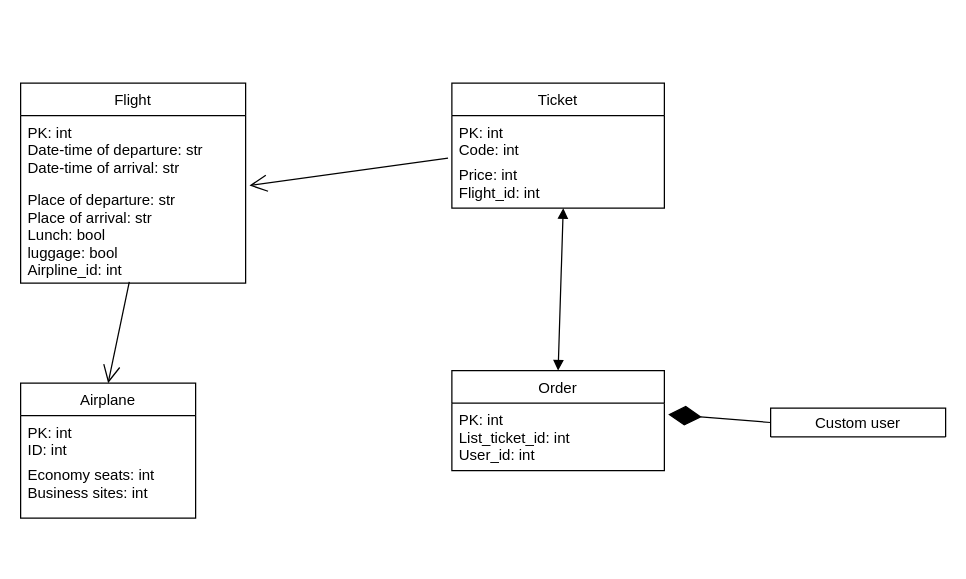
Before: diagrams/db_diagram.drawio in Kagaru1212/DjangoAir-ERP, a draw.io diagram. Source tidied: cells renumbered, new cells numbered last; positions are measured from the earlier drawing's top-left corner, leaving out a move shared by most shapes. Both pictures are drawn from the tidied source at 125%, with x=0, y=0 at pixel (20, 82).
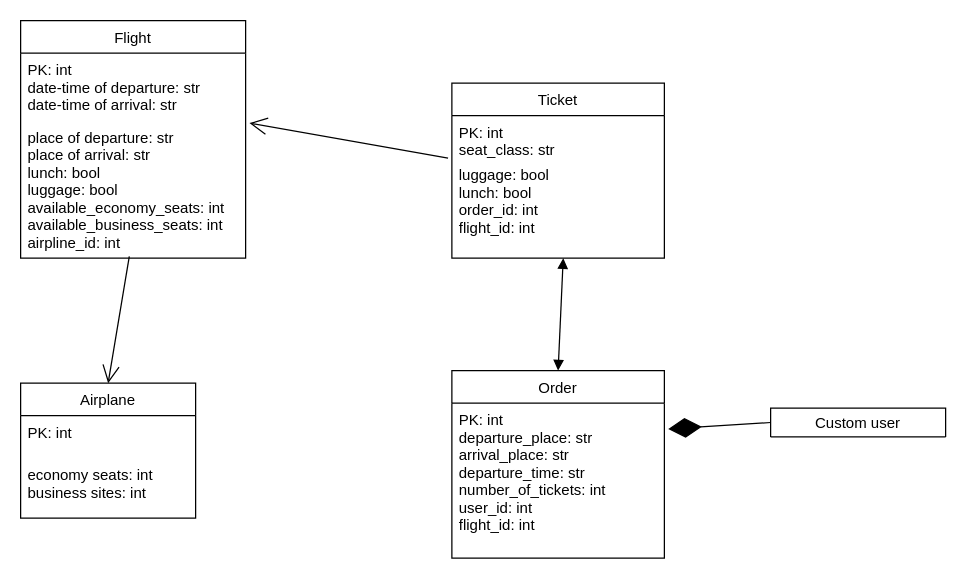
Above is the later version.

Diff of the diagram source:
```diff
@@
 <mxGraphModel>
   <root>
     <mxCell id="0" />
     <mxCell id="1" parent="0" />
     <mxCell id="2" value="Custom user" style="swimlane;fontStyle=0;horizontal=1;startSize=26;fillColor=none;" parent="1" vertex="1">
       <mxGeometry x="600" y="260" width="140" height="23" as="geometry" />
     </mxCell>
     <mxCell id="3" value="Ticket" style="swimlane;fontStyle=0;horizontal=1;startSize=26;fillColor=none;" parent="1" vertex="1">
-      <mxGeometry x="345" width="170" height="100" as="geometry" />
+      <mxGeometry x="345" width="170" height="140" as="geometry" />
     </mxCell>
-    <mxCell id="4" value="PK: int&#10;Code: int" style="text;strokeColor=none;fillColor=none;align=left;verticalAlign=top;spacingLeft=4;spacingRight=4;overflow=hidden;" parent="3" vertex="1">
+    <mxCell id="4" value="PK: int&#10;seat_class: str" style="text;strokeColor=none;fillColor=none;align=left;verticalAlign=top;spacingLeft=4;spacingRight=4;overflow=hidden;" parent="3" vertex="1">
       <mxGeometry y="26" width="170" height="34" as="geometry" />
     </mxCell>
-    <mxCell id="5" value="Price: int&#10;Flight_id: int" style="text;strokeColor=none;fillColor=none;align=left;verticalAlign=top;spacingLeft=4;spacingRight=4;overflow=hidden;points=[[0,0.5],[1,0.5]];portConstraint=eastwest;" parent="3" vertex="1">
-      <mxGeometry y="60" width="170" height="40" as="geometry" />
+    <mxCell id="5" value="luggage: bool&#10;lunch: bool&#10;order_id: int&#10;flight_id: int" style="text;strokeColor=none;fillColor=none;align=left;verticalAlign=top;spacingLeft=4;spacingRight=4;overflow=hidden;points=[[0,0.5],[1,0.5]];portConstraint=eastwest;" parent="3" vertex="1">
+      <mxGeometry y="60" width="170" height="80" as="geometry" />
     </mxCell>
     <mxCell id="6" value="Airplane" style="swimlane;fontStyle=0;horizontal=1;startSize=26;fillColor=none;fontFamily=Helvetica;fontSize=12;fontColor=default;" parent="1" vertex="1">
       <mxGeometry y="240" width="140" height="108" as="geometry" />
     </mxCell>
-    <mxCell id="7" value="PK: int&#10;ID: int" style="text;strokeColor=none;fillColor=none;align=left;verticalAlign=top;spacingLeft=4;spacingRight=4;overflow=hidden;fontFamily=Helvetica;fontSize=12;fontColor=default;" parent="6" vertex="1">
+    <mxCell id="7" value="PK: int" style="text;strokeColor=none;fillColor=none;align=left;verticalAlign=top;spacingLeft=4;spacingRight=4;overflow=hidden;fontFamily=Helvetica;fontSize=12;fontColor=default;" parent="6" vertex="1">
       <mxGeometry y="26" width="140" height="34" as="geometry" />
     </mxCell>
-    <mxCell id="8" value="Economy seats: int&#10;Business sites: int" style="text;strokeColor=none;fillColor=none;align=left;verticalAlign=top;spacingLeft=4;spacingRight=4;overflow=hidden;fontFamily=Helvetica;fontSize=12;fontColor=default;" parent="6" vertex="1">
+    <mxCell id="8" value="economy seats: int&#10;business sites: int" style="text;strokeColor=none;fillColor=none;align=left;verticalAlign=top;spacingLeft=4;spacingRight=4;overflow=hidden;fontFamily=Helvetica;fontSize=12;fontColor=default;" parent="6" vertex="1">
       <mxGeometry y="60" width="140" height="48" as="geometry" />
     </mxCell>
     <mxCell id="9" value="Flight" style="swimlane;fontStyle=0;horizontal=1;startSize=26;fillColor=none;fontFamily=Helvetica;fontSize=12;fontColor=default;" parent="1" vertex="1">
-      <mxGeometry width="180" height="160" as="geometry" />
+      <mxGeometry y="-50" width="180" height="190" as="geometry" />
     </mxCell>
-    <mxCell id="10" value="PK: int&#10;Date-time of departure: str&#10;Date-time of arrival: str" style="text;strokeColor=none;fillColor=none;align=left;verticalAlign=top;spacingLeft=4;spacingRight=4;overflow=hidden;points=[[0,0.5],[1,0.5]];portConstraint=eastwest;fontFamily=Helvetica;fontSize=12;fontColor=default;" parent="9" vertex="1">
+    <mxCell id="10" value="PK: int&#10;date-time of departure: str&#10;date-time of arrival: str" style="text;strokeColor=none;fillColor=none;align=left;verticalAlign=top;spacingLeft=4;spacingRight=4;overflow=hidden;points=[[0,0.5],[1,0.5]];portConstraint=eastwest;fontFamily=Helvetica;fontSize=12;fontColor=default;" parent="9" vertex="1">
       <mxGeometry y="26" width="180" height="54" as="geometry" />
     </mxCell>
-    <mxCell id="11" value="Place of departure: str&#10;Place of arrival: str&#10;Lunch: bool&#10;luggage: bool&#10;Airpline_id: int" style="text;strokeColor=none;fillColor=none;align=left;verticalAlign=top;spacingLeft=4;spacingRight=4;overflow=hidden;points=[[0,0.5],[1,0.5]];portConstraint=eastwest;fontFamily=Helvetica;fontSize=12;fontColor=default;" parent="9" vertex="1">
-      <mxGeometry y="80" width="180" height="80" as="geometry" />
+    <mxCell id="11" value="place of departure: str&#10;place of arrival: str&#10;lunch: bool&#10;luggage: bool&#10;available_economy_seats: int&#10;available_business_seats: int&#10;airpline_id: int" style="text;strokeColor=none;fillColor=none;align=left;verticalAlign=top;spacingLeft=4;spacingRight=4;overflow=hidden;points=[[0,0.5],[1,0.5]];portConstraint=eastwest;fontFamily=Helvetica;fontSize=12;fontColor=default;" parent="9" vertex="1">
+      <mxGeometry y="80" width="180" height="110" as="geometry" />
     </mxCell>
     <mxCell id="12" value="Order" style="swimlane;fontStyle=0;horizontal=1;startSize=26;fillColor=none;" parent="1" vertex="1">
-      <mxGeometry x="345" y="230" width="170" height="80" as="geometry" />
+      <mxGeometry x="345" y="230" width="170" height="150" as="geometry" />
     </mxCell>
-    <mxCell id="13" value="PK: int&#10;List_ticket_id: int&#10;User_id: int" style="text;strokeColor=none;fillColor=none;align=left;verticalAlign=top;spacingLeft=4;spacingRight=4;overflow=hidden;points=[[0,0.5],[1,0.5]];portConstraint=eastwest;" parent="12" vertex="1">
-      <mxGeometry y="26" width="170" height="54" as="geometry" />
+    <mxCell id="13" value="PK: int&#10;departure_place: str&#10;arrival_place: str&#10;departure_time: str&#10;number_of_tickets: int&#10;user_id: int&#10;flight_id: int" style="text;strokeColor=none;fillColor=none;align=left;verticalAlign=top;spacingLeft=4;spacingRight=4;overflow=hidden;points=[[0,0.5],[1,0.5]];portConstraint=eastwest;" parent="12" vertex="1">
+      <mxGeometry y="26" width="170" height="124" as="geometry" />
     </mxCell>
     <mxCell id="14" style="endArrow=open;endFill=1;endSize=12;html=1;rounded=0;entryX=0.5;entryY=0;entryDx=0;entryDy=0;exitX=0.483;exitY=0.988;exitDx=0;exitDy=0;exitPerimeter=0;" parent="1" edge="1" source="11" target="6">
       <mxGeometry relative="1" as="geometry" />
     </mxCell>
     <mxCell id="15" style="endArrow=open;endFill=1;endSize=12;html=1;rounded=0;entryX=1.017;entryY=1.037;entryDx=0;entryDy=0;entryPerimeter=0;exitX=-0.018;exitY=0;exitDx=0;exitDy=0;exitPerimeter=0;" parent="1" edge="1" source="5" target="10">
       <mxGeometry relative="1" as="geometry" />
     </mxCell>
     <mxCell id="16" style="endArrow=diamondThin;endFill=1;endSize=24;html=1;rounded=0;entryX=1.018;entryY=0.167;entryDx=0;entryDy=0;entryPerimeter=0;exitX=0;exitY=0.5;exitDx=0;exitDy=0;" parent="1" edge="1" source="2" target="13">
       <mxGeometry relative="1" as="geometry" />
     </mxCell>
     <mxCell id="17" style="endArrow=block;startArrow=block;endFill=1;startFill=1;html=1;rounded=0;entryX=0.5;entryY=0;entryDx=0;entryDy=0;exitX=0.524;exitY=1;exitDx=0;exitDy=0;exitPerimeter=0;" parent="1" edge="1" source="5" target="12">
       <mxGeometry relative="1" as="geometry" />
     </mxCell>
   </root>
 </mxGraphModel>
```
